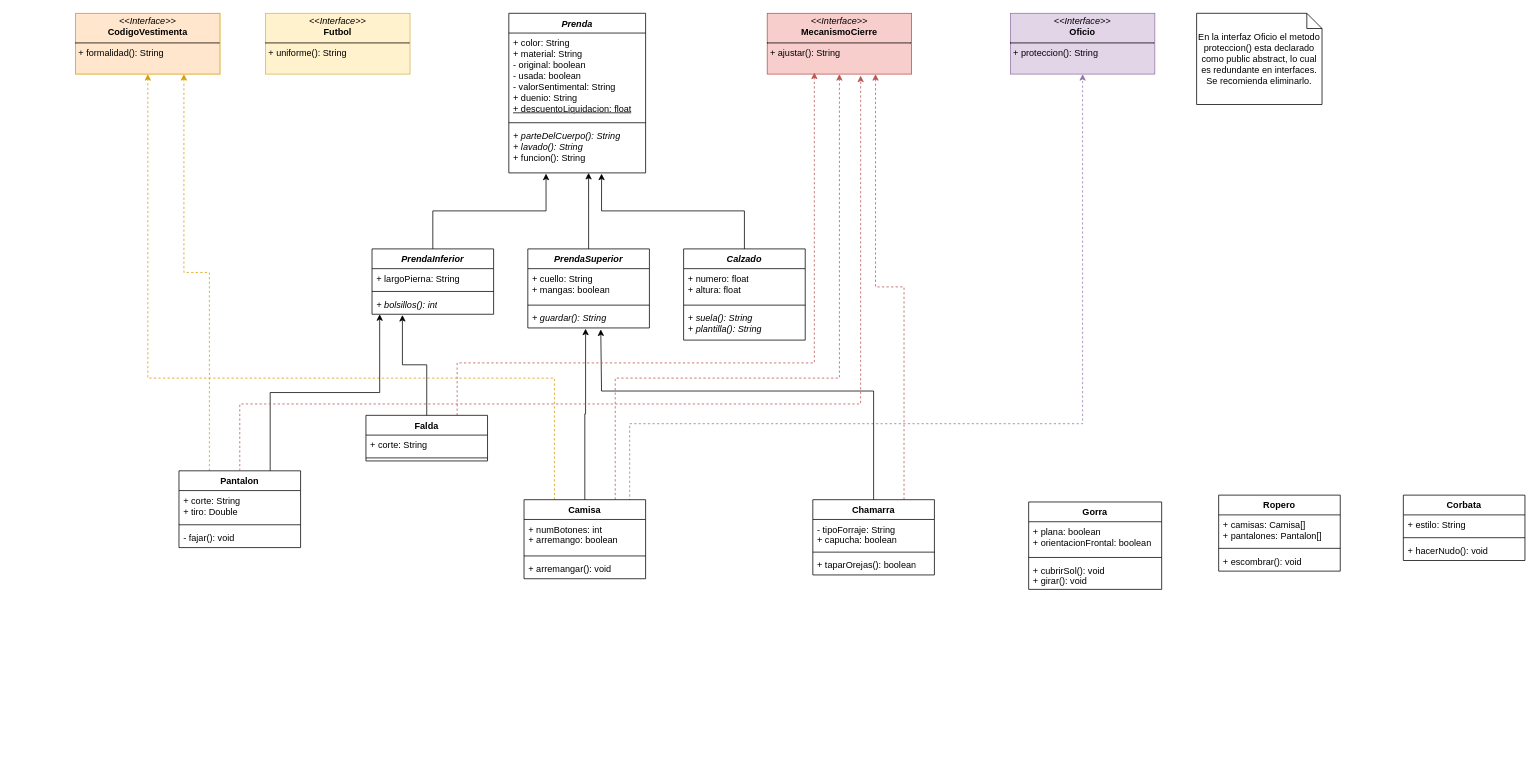
This is Examen-2do-Parcial.drawio from xmr-p/DatabaseCharts, a draw.io file, before an edit. Source tidied: cells renumbered, new cells numbered last; positions are measured from the earlier drawing's top-left corner, leaving out a move shared by most shapes. Both pictures are drawn from the tidied source at 76%, with x=0, y=0 at pixel (75, 13).
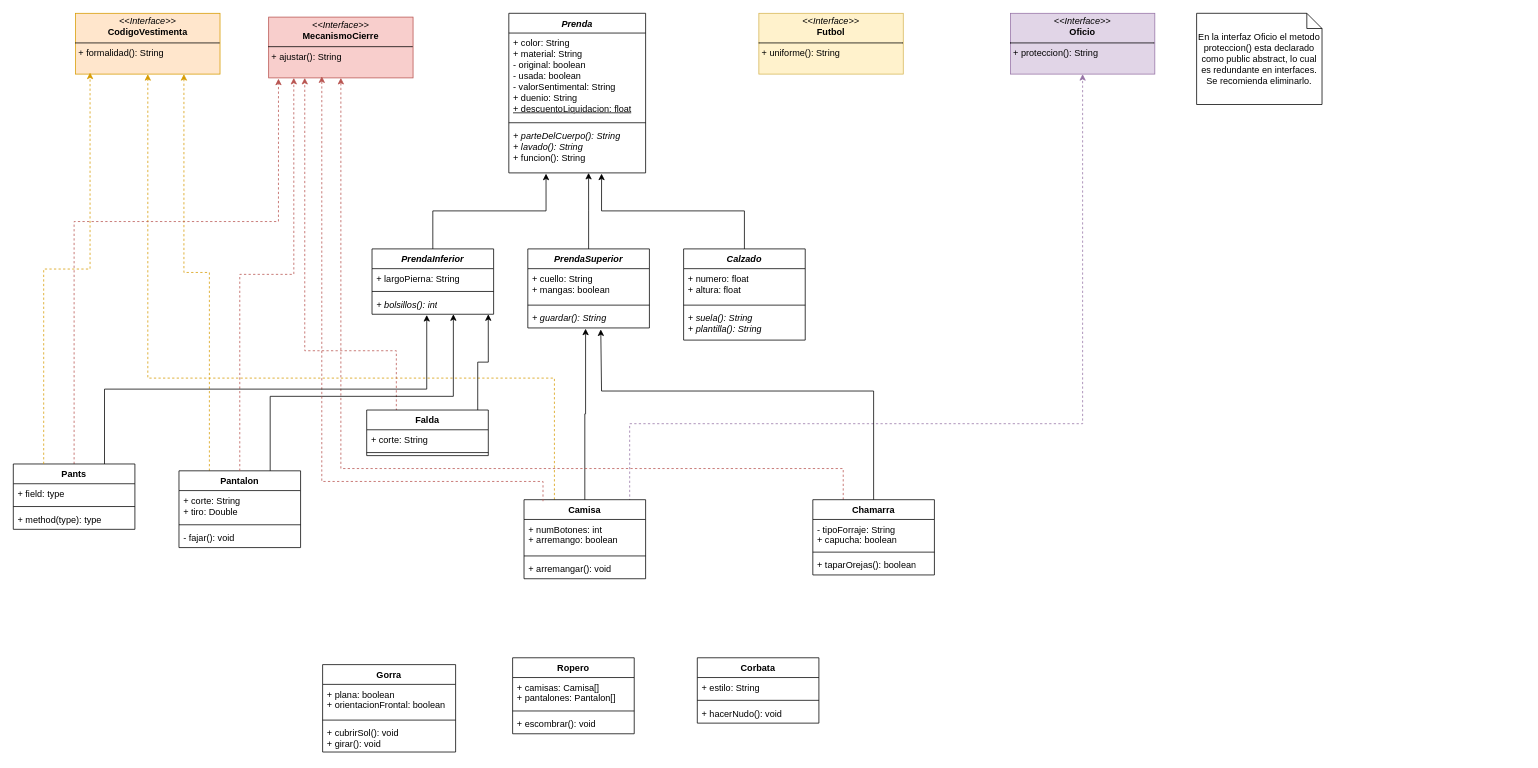
Above is the later version.

The change refers to these unchanged cells:
```xml
<mxCell id="9" value="&lt;i&gt;+ bolsillos(): int&lt;/i&gt;" style="text;strokeColor=none;fillColor=none;align=left;verticalAlign=top;spacingLeft=4;spacingRight=4;overflow=hidden;points=[[0,0.5],[1,0.5]];portConstraint=eastwest;whiteSpace=wrap;html=1;" parent="6" vertex="1">
  <mxGeometry y="60" width="160" height="26" as="geometry" />
</mxCell>
<mxCell id="21" value="&lt;p style=&quot;margin:0px;margin-top:4px;text-align:center;&quot;&gt;&lt;i&gt;&amp;lt;&amp;lt;Interface&amp;gt;&amp;gt;&lt;/i&gt;&lt;br&gt;&lt;b&gt;CodigoVestimenta&lt;/b&gt;&lt;/p&gt;&lt;hr size=&quot;1&quot; style=&quot;border-style:solid;&quot;&gt;&lt;p style=&quot;margin:0px;margin-left:4px;&quot;&gt;+ formalidad(): String&lt;br&gt;&lt;/p&gt;" style="verticalAlign=top;align=left;overflow=fill;html=1;whiteSpace=wrap;fillColor=#ffe6cc;strokeColor=#d79b00;" parent="1" vertex="1">
  <mxGeometry width="190" height="80" as="geometry" />
</mxCell>
<mxCell id="28" value="Camisa" style="swimlane;fontStyle=1;align=center;verticalAlign=top;horizontal=1;startSize=26;whiteSpace=wrap;html=1;" parent="1" vertex="1">
  <mxGeometry x="590" y="640" width="160" height="104" as="geometry" />
</mxCell>
<mxCell id="35" value="Chamarra" style="swimlane;fontStyle=1;align=center;verticalAlign=top;horizontal=1;startSize=26;whiteSpace=wrap;html=1;" parent="1" vertex="1">
  <mxGeometry x="970" y="640" width="160" height="99" as="geometry" />
</mxCell>
<mxCell id="58" value="Pantalon" style="swimlane;fontStyle=1;align=center;verticalAlign=top;horizontal=1;startSize=26;whiteSpace=wrap;html=1;" parent="1" vertex="1">
  <mxGeometry x="136" y="602" width="160" height="101" as="geometry" />
</mxCell>
```

Diff of the diagram source:
```diff
@@
     <mxCell id="22" value="&lt;p style=&quot;margin:0px;margin-top:4px;text-align:center;&quot;&gt;&lt;i&gt;&amp;lt;&amp;lt;Interface&amp;gt;&amp;gt;&lt;/i&gt;&lt;br&gt;&lt;b&gt;Futbol&lt;/b&gt;&lt;/p&gt;&lt;hr size=&quot;1&quot; style=&quot;border-style:solid;&quot;&gt;&lt;p style=&quot;margin:0px;margin-left:4px;&quot;&gt;+ uniforme(): String&lt;br&gt;&lt;/p&gt;" style="verticalAlign=top;align=left;overflow=fill;html=1;whiteSpace=wrap;fillColor=#fff2cc;strokeColor=#d6b656;" parent="1" vertex="1">
-      <mxGeometry x="250" width="190" height="80" as="geometry" />
+      <mxGeometry x="899" width="190" height="80" as="geometry" />
     </mxCell>
     <mxCell id="23" value="&lt;p style=&quot;margin:0px;margin-top:4px;text-align:center;&quot;&gt;&lt;i&gt;&amp;lt;&amp;lt;Interface&amp;gt;&amp;gt;&lt;/i&gt;&lt;br&gt;&lt;b&gt;MecanismoCierre&lt;/b&gt;&lt;/p&gt;&lt;hr size=&quot;1&quot; style=&quot;border-style:solid;&quot;&gt;&lt;p style=&quot;margin:0px;margin-left:4px;&quot;&gt;&lt;span style=&quot;background-color: initial;&quot;&gt;+ ajustar(): String&lt;/span&gt;&lt;/p&gt;" style="verticalAlign=top;align=left;overflow=fill;html=1;whiteSpace=wrap;fillColor=#f8cecc;strokeColor=#b85450;" parent="1" vertex="1">
-      <mxGeometry x="910" width="190" height="80" as="geometry" />
+      <mxGeometry x="254" y="5" width="190" height="80" as="geometry" />
     </mxCell>
@@
-    <mxCell id="26" style="edgeStyle=orthogonalEdgeStyle;rounded=0;jettySize=auto;html=1;exitX=0.75;exitY=0;exitDx=0;exitDy=0;entryX=0.5;entryY=1;entryDx=0;entryDy=0;dashed=1;fillColor=#f8cecc;strokeColor=#b85450;" parent="1" edge="1" source="28" target="23">
-      <mxGeometry relative="1" as="geometry">
-        <Array as="points">
-          <mxPoint x="710" y="480" />
-          <mxPoint x="1005" y="480" />
-        </Array>
-      </mxGeometry>
-    </mxCell>
@@
-    <mxCell id="34" style="edgeStyle=orthogonalEdgeStyle;rounded=0;jettySize=auto;html=1;exitX=0.75;exitY=0;exitDx=0;exitDy=0;entryX=0.75;entryY=1;entryDx=0;entryDy=0;fillColor=#f8cecc;strokeColor=#b85450;dashed=1;" parent="1" edge="1" source="35" target="23">
-      <mxGeometry relative="1" as="geometry" />
+    <mxCell id="34" style="edgeStyle=orthogonalEdgeStyle;rounded=0;jettySize=auto;html=1;exitX=0.25;exitY=0;exitDx=0;exitDy=0;entryX=0.5;entryY=1;entryDx=0;entryDy=0;fillColor=#f8cecc;strokeColor=#b85450;dashed=1;" parent="1" edge="1" source="35" target="23">
+      <mxGeometry relative="1" as="geometry">
+        <Array as="points">
+          <mxPoint x="1010" y="599" />
+          <mxPoint x="349" y="599" />
+        </Array>
+      </mxGeometry>
     </mxCell>
@@
     <mxCell id="40" value="Corbata" style="swimlane;fontStyle=1;align=center;verticalAlign=top;horizontal=1;startSize=26;whiteSpace=wrap;html=1;" parent="1" vertex="1">
-      <mxGeometry x="1747" y="634" width="160" height="86" as="geometry" />
+      <mxGeometry x="818" y="848" width="160" height="86" as="geometry" />
     </mxCell>
@@
     <mxCell id="44" value="Ropero" style="swimlane;fontStyle=1;align=center;verticalAlign=top;horizontal=1;startSize=26;whiteSpace=wrap;html=1;" parent="1" vertex="1">
-      <mxGeometry x="1504" y="634" width="160" height="100" as="geometry" />
+      <mxGeometry x="575" y="848" width="160" height="100" as="geometry" />
     </mxCell>
@@
-    <mxCell id="48" style="edgeStyle=orthogonalEdgeStyle;rounded=0;jettySize=auto;html=1;exitX=0.75;exitY=0;exitDx=0;exitDy=0;fillColor=#f8cecc;strokeColor=#b85450;dashed=1;" parent="1" edge="1" source="49">
-      <mxGeometry relative="1" as="geometry">
-        <mxPoint x="972" y="78" as="targetPoint" />
-        <Array as="points">
-          <mxPoint x="502" y="460" />
-          <mxPoint x="972" y="460" />
-        </Array>
-      </mxGeometry>
-    </mxCell>
+    <mxCell id="64" style="edgeStyle=orthogonalEdgeStyle;rounded=0;jettySize=auto;html=1;exitX=0.25;exitY=0;exitDx=0;exitDy=0;entryX=0.25;entryY=1;entryDx=0;entryDy=0;fillColor=#f8cecc;strokeColor=#b85450;dashed=1;" parent="1" edge="1" source="49" target="23">
+      <mxGeometry relative="1" as="geometry">
+        <Array as="points">
+          <mxPoint x="422" y="444" />
+          <mxPoint x="302" y="444" />
+        </Array>
+      </mxGeometry>
+    </mxCell>
     <mxCell id="49" value="Falda" style="swimlane;fontStyle=1;align=center;verticalAlign=top;horizontal=1;startSize=26;whiteSpace=wrap;html=1;" parent="1" vertex="1">
-      <mxGeometry x="382" y="529" width="160" height="60" as="geometry" />
+      <mxGeometry x="383" y="522" width="160" height="60" as="geometry" />
     </mxCell>
@@
-    <mxCell id="52" style="edgeStyle=orthogonalEdgeStyle;rounded=0;jettySize=auto;html=1;exitX=0.5;exitY=0;exitDx=0;exitDy=0;entryX=0.25;entryY=1.038;entryDx=0;entryDy=0;entryPerimeter=0;" parent="1" edge="1" source="49" target="9">
-      <mxGeometry relative="1" as="geometry" />
-    </mxCell>
     <mxCell id="53" value="Gorra" style="swimlane;fontStyle=1;align=center;verticalAlign=top;horizontal=1;startSize=26;whiteSpace=wrap;html=1;" parent="1" vertex="1">
-      <mxGeometry x="1254" y="643" width="175" height="115" as="geometry" />
+      <mxGeometry x="325" y="857" width="175" height="115" as="geometry" />
     </mxCell>
@@
-    <mxCell id="62" style="edgeStyle=orthogonalEdgeStyle;rounded=0;jettySize=auto;html=1;exitX=0.75;exitY=0;exitDx=0;exitDy=0;entryX=0.063;entryY=1;entryDx=0;entryDy=0;entryPerimeter=0;" parent="1" edge="1" source="58" target="9">
-      <mxGeometry relative="1" as="geometry" />
+    <mxCell id="62" style="edgeStyle=orthogonalEdgeStyle;rounded=0;jettySize=auto;html=1;exitX=0.75;exitY=0;exitDx=0;exitDy=0;entryX=0.669;entryY=1;entryDx=0;entryDy=0;entryPerimeter=0;" parent="1" edge="1" source="58" target="9">
+      <mxGeometry relative="1" as="geometry">
+        <Array as="points">
+          <mxPoint x="256" y="504" />
+          <mxPoint x="497" y="504" />
+        </Array>
+      </mxGeometry>
     </mxCell>
-    <mxCell id="63" style="edgeStyle=orthogonalEdgeStyle;rounded=0;jettySize=auto;html=1;exitX=0.5;exitY=0;exitDx=0;exitDy=0;entryX=0.647;entryY=1.025;entryDx=0;entryDy=0;entryPerimeter=0;fillColor=#f8cecc;strokeColor=#b85450;dashed=1;" parent="1" edge="1" source="58" target="23">
-      <mxGeometry relative="1" as="geometry">
-        <Array as="points">
-          <mxPoint x="216" y="514" />
-          <mxPoint x="1033" y="514" />
-        </Array>
-      </mxGeometry>
+    <mxCell id="63" style="edgeStyle=orthogonalEdgeStyle;rounded=0;jettySize=auto;html=1;exitX=0.5;exitY=0;exitDx=0;exitDy=0;entryX=0.174;entryY=1;entryDx=0;entryDy=0;entryPerimeter=0;fillColor=#f8cecc;strokeColor=#b85450;dashed=1;" parent="1" edge="1" source="58" target="23">
+      <mxGeometry relative="1" as="geometry" />
     </mxCell>
+    <mxCell id="26" style="edgeStyle=orthogonalEdgeStyle;rounded=0;jettySize=auto;html=1;entryX=0.368;entryY=0.975;entryDx=0;entryDy=0;entryPerimeter=0;exitX=0.156;exitY=0.019;exitDx=0;exitDy=0;exitPerimeter=0;fillColor=#f8cecc;strokeColor=#b85450;dashed=1;" parent="1" edge="1" source="28" target="23">
+      <mxGeometry relative="1" as="geometry">
+        <Array as="points">
+          <mxPoint x="615" y="616" />
+          <mxPoint x="324" y="616" />
+        </Array>
+      </mxGeometry>
+    </mxCell>
+    <mxCell id="65" style="edgeStyle=orthogonalEdgeStyle;rounded=0;jettySize=auto;html=1;exitX=0.5;exitY=0;exitDx=0;exitDy=0;entryX=0.068;entryY=1.013;entryDx=0;entryDy=0;entryPerimeter=0;fillColor=#f8cecc;strokeColor=#b85450;dashed=1;" parent="1" edge="1" source="66" target="23">
+      <mxGeometry relative="1" as="geometry">
+        <Array as="points">
+          <mxPoint x="-2" y="274" />
+          <mxPoint x="267" y="274" />
+        </Array>
+      </mxGeometry>
+    </mxCell>
+    <mxCell id="66" value="Pants" style="swimlane;fontStyle=1;align=center;verticalAlign=top;horizontal=1;startSize=26;whiteSpace=wrap;html=1;" parent="1" vertex="1">
+      <mxGeometry x="-82" y="593" width="160" height="86" as="geometry" />
+    </mxCell>
+    <mxCell id="67" value="+ field: type" style="text;strokeColor=none;fillColor=none;align=left;verticalAlign=top;spacingLeft=4;spacingRight=4;overflow=hidden;whiteSpace=wrap;html=1;" parent="66" vertex="1">
+      <mxGeometry y="26" width="160" height="26" as="geometry" />
+    </mxCell>
+    <mxCell id="68" style="line;strokeWidth=1;fillColor=none;align=left;verticalAlign=middle;spacingTop=-1;spacingLeft=3;spacingRight=3;labelPosition=right;strokeColor=inherit;" parent="66" vertex="1">
+      <mxGeometry y="52" width="160" height="8" as="geometry" />
+    </mxCell>
+    <mxCell id="69" value="+ method(type): type" style="text;strokeColor=none;fillColor=none;align=left;verticalAlign=top;spacingLeft=4;spacingRight=4;overflow=hidden;whiteSpace=wrap;html=1;" parent="66" vertex="1">
+      <mxGeometry y="60" width="160" height="26" as="geometry" />
+    </mxCell>
+    <mxCell id="52" style="edgeStyle=orthogonalEdgeStyle;rounded=0;jettySize=auto;html=1;exitX=0.913;exitY=0;exitDx=0;exitDy=0;entryX=0.956;entryY=1;entryDx=0;entryDy=0;entryPerimeter=0;exitPerimeter=0;" parent="1" edge="1" source="49" target="9">
+      <mxGeometry relative="1" as="geometry" />
+    </mxCell>
+    <mxCell id="70" style="edgeStyle=orthogonalEdgeStyle;rounded=0;jettySize=auto;html=1;exitX=0.75;exitY=0;exitDx=0;exitDy=0;entryX=0.45;entryY=1.038;entryDx=0;entryDy=0;entryPerimeter=0;" parent="1" edge="1" source="66" target="9">
+      <mxGeometry relative="1" as="geometry" />
+    </mxCell>
+    <mxCell id="71" style="edgeStyle=orthogonalEdgeStyle;rounded=0;jettySize=auto;html=1;exitX=0.25;exitY=0;exitDx=0;exitDy=0;entryX=0.1;entryY=0.975;entryDx=0;entryDy=0;entryPerimeter=0;fillColor=#ffe6cc;strokeColor=#d79b00;dashed=1;" parent="1" edge="1" source="66" target="21">
+      <mxGeometry relative="1" as="geometry" />
+    </mxCell>
```
